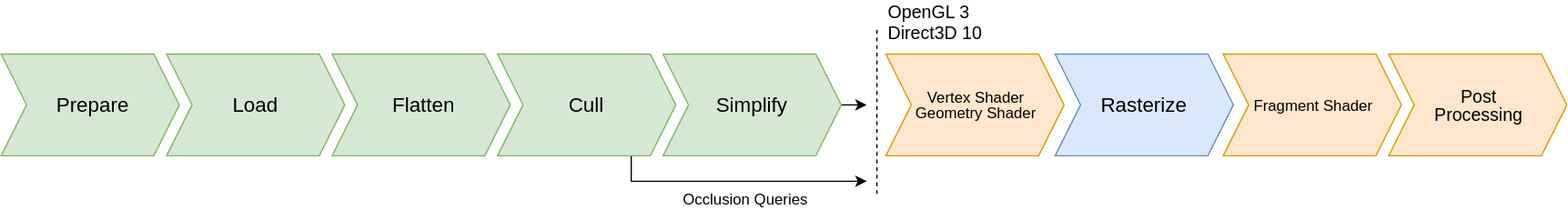
Earlier version of the draw.io export assets/images/graphics-pipeline-unified-shader.svg (TheCandidStartup/TheCandidStartup.github.io). Source tidied: cells renumbered, new cells last; positions are measured from the earlier drawing's top-left corner, leaving out a move shared by most shapes. The source it was exported from:
```xml
<mxGraphModel>
  <root>
    <mxCell id="0" />
    <mxCell id="1" parent="0" />
    <mxCell id="2" value="&lt;span style=&quot;font-size: 16px;&quot;&gt;&amp;nbsp;Prepare&lt;/span&gt;" style="shape=step;perimeter=stepPerimeter;whiteSpace=wrap;html=1;fixedSize=1;fillColor=#d5e8d4;strokeColor=#82b366;" parent="1" vertex="1">
      <mxGeometry y="40" width="140" height="80" as="geometry" />
    </mxCell>
    <mxCell id="3" value="&lt;font style=&quot;font-size: 16px;&quot;&gt;Load&lt;/font&gt;" style="shape=step;perimeter=stepPerimeter;whiteSpace=wrap;html=1;fixedSize=1;fillColor=#d5e8d4;strokeColor=#82b366;" parent="1" vertex="1">
      <mxGeometry x="130" y="40" width="140" height="80" as="geometry" />
    </mxCell>
    <mxCell id="4" value="&lt;span style=&quot;font-size: 16px;&quot;&gt;&amp;nbsp;Flatten&lt;/span&gt;" style="shape=step;perimeter=stepPerimeter;whiteSpace=wrap;html=1;fixedSize=1;fillColor=#d5e8d4;strokeColor=#82b366;" parent="1" vertex="1">
      <mxGeometry x="260" y="40" width="140" height="80" as="geometry" />
    </mxCell>
    <mxCell id="5" style="edgeStyle=orthogonalEdgeStyle;rounded=0;jettySize=auto;html=1;exitX=0.75;exitY=1;exitDx=0;exitDy=0;endArrow=classic;endFill=1;" parent="1" edge="1" source="6">
      <mxGeometry relative="1" as="geometry">
        <mxPoint x="680" y="140" as="targetPoint" />
        <Array as="points">
          <mxPoint x="495" y="140" />
        </Array>
      </mxGeometry>
    </mxCell>
    <mxCell id="6" value="&lt;span style=&quot;font-size: 16px;&quot;&gt;Cull&lt;/span&gt;" style="shape=step;perimeter=stepPerimeter;whiteSpace=wrap;html=1;fixedSize=1;fillColor=#d5e8d4;strokeColor=#82b366;" parent="1" vertex="1">
      <mxGeometry x="390" y="40" width="140" height="80" as="geometry" />
    </mxCell>
    <mxCell id="7" style="edgeStyle=orthogonalEdgeStyle;rounded=0;jettySize=auto;html=1;exitX=1;exitY=0.5;exitDx=0;exitDy=0;endArrow=classic;endFill=1;" parent="1" edge="1" source="8">
      <mxGeometry relative="1" as="geometry">
        <mxPoint x="680" y="80" as="targetPoint" />
      </mxGeometry>
    </mxCell>
    <mxCell id="8" value="&lt;span style=&quot;font-size: 16px;&quot;&gt;Simplify&lt;/span&gt;" style="shape=step;perimeter=stepPerimeter;whiteSpace=wrap;html=1;fixedSize=1;fillColor=#d5e8d4;strokeColor=#82b366;" parent="1" vertex="1">
      <mxGeometry x="520" y="40" width="140" height="80" as="geometry" />
    </mxCell>
    <mxCell id="9" value="&lt;span style=&quot;font-size: 16px;&quot;&gt;Rasterize&lt;/span&gt;" style="shape=step;perimeter=stepPerimeter;whiteSpace=wrap;html=1;fixedSize=1;fillColor=#dae8fc;strokeColor=#6c8ebf;" parent="1" vertex="1">
      <mxGeometry x="828" y="40" width="140" height="80" as="geometry" />
    </mxCell>
    <mxCell id="10" style="endArrow=none;html=1;rounded=0;fontSize=14;startArrow=none;startFill=0;endFill=0;dashed=1;" parent="1" edge="1">
      <mxGeometry relative="1" as="geometry">
        <mxPoint x="688" y="150" as="sourcePoint" />
        <mxPoint x="688" y="20" as="targetPoint" />
      </mxGeometry>
    </mxCell>
    <mxCell id="11" value="OpenGL 3&lt;br&gt;Direct3D 10" style="text;html=1;strokeColor=none;fillColor=none;align=left;verticalAlign=middle;whiteSpace=wrap;rounded=0;fontSize=14;" parent="1" vertex="1">
      <mxGeometry x="695" width="115" height="30" as="geometry" />
    </mxCell>
    <mxCell id="12" value="&lt;div style=&quot;line-height: 100%;&quot;&gt;&lt;div&gt;Vertex Shader&lt;/div&gt;&lt;div&gt;Geometry Shader&lt;/div&gt;&lt;/div&gt;" style="shape=step;perimeter=stepPerimeter;whiteSpace=wrap;html=1;fixedSize=1;fillColor=#ffe6cc;strokeColor=#d79b00;align=center;verticalAlign=middle;spacingLeft=2;spacing=0;spacingTop=0;" parent="1" vertex="1">
      <mxGeometry x="695" y="40" width="140" height="80" as="geometry" />
    </mxCell>
    <mxCell id="13" value="&lt;div style=&quot;line-height: 100%;&quot;&gt;&lt;div&gt;Fragment Shader&lt;/div&gt;&lt;/div&gt;" style="shape=step;perimeter=stepPerimeter;whiteSpace=wrap;html=1;fixedSize=1;fillColor=#ffe6cc;strokeColor=#d79b00;align=center;verticalAlign=middle;spacingLeft=2;spacing=0;spacingTop=0;" parent="1" vertex="1">
      <mxGeometry x="960" y="40" width="140" height="80" as="geometry" />
    </mxCell>
    <mxCell id="14" value="Occlusion Queries" style="text;html=1;strokeColor=none;fillColor=none;align=center;verticalAlign=middle;whiteSpace=wrap;rounded=0;" parent="1" vertex="1">
      <mxGeometry x="530" y="140" width="110" height="30" as="geometry" />
    </mxCell>
    <mxCell id="15" value="&lt;div style=&quot;line-height: 100%; font-size: 14px;&quot;&gt;&lt;div&gt;Post&lt;/div&gt;&lt;div&gt;Processing&lt;/div&gt;&lt;/div&gt;" style="shape=step;perimeter=stepPerimeter;whiteSpace=wrap;html=1;fixedSize=1;fillColor=#ffe6cc;strokeColor=#d79b00;align=center;verticalAlign=middle;spacingLeft=2;spacing=0;spacingTop=0;" parent="1" vertex="1">
      <mxGeometry x="1090" y="40" width="140" height="80" as="geometry" />
    </mxCell>
  </root>
</mxGraphModel>
```
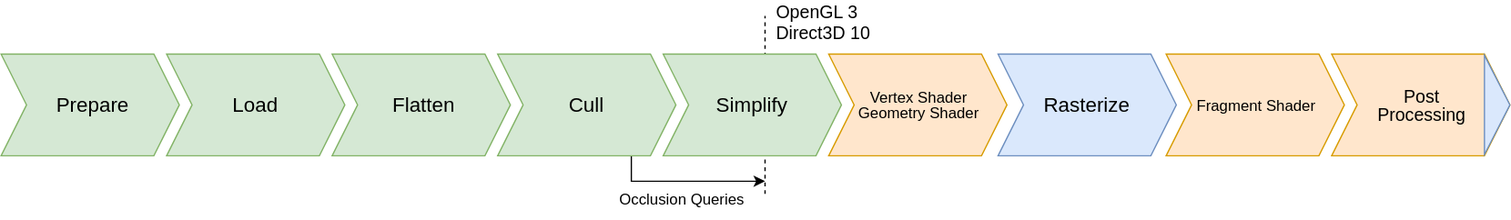
After the change.

Diff of the diagram source:
```diff
@@ -11,48 +11,46 @@
     <mxCell id="4" value="&lt;span style=&quot;font-size: 16px;&quot;&gt;&amp;nbsp;Flatten&lt;/span&gt;" style="shape=step;perimeter=stepPerimeter;whiteSpace=wrap;html=1;fixedSize=1;fillColor=#d5e8d4;strokeColor=#82b366;" parent="1" vertex="1">
       <mxGeometry x="260" y="40" width="140" height="80" as="geometry" />
     </mxCell>
-    <mxCell id="5" style="edgeStyle=orthogonalEdgeStyle;rounded=0;jettySize=auto;html=1;exitX=0.75;exitY=1;exitDx=0;exitDy=0;endArrow=classic;endFill=1;" parent="1" edge="1" source="6">
-      <mxGeometry relative="1" as="geometry">
-        <mxPoint x="680" y="140" as="targetPoint" />
-        <Array as="points">
-          <mxPoint x="495" y="140" />
-        </Array>
-      </mxGeometry>
-    </mxCell>
-    <mxCell id="6" value="&lt;span style=&quot;font-size: 16px;&quot;&gt;Cull&lt;/span&gt;" style="shape=step;perimeter=stepPerimeter;whiteSpace=wrap;html=1;fixedSize=1;fillColor=#d5e8d4;strokeColor=#82b366;" parent="1" vertex="1">
-      <mxGeometry x="390" y="40" width="140" height="80" as="geometry" />
-    </mxCell>
-    <mxCell id="7" style="edgeStyle=orthogonalEdgeStyle;rounded=0;jettySize=auto;html=1;exitX=1;exitY=0.5;exitDx=0;exitDy=0;endArrow=classic;endFill=1;" parent="1" edge="1" source="8">
-      <mxGeometry relative="1" as="geometry">
-        <mxPoint x="680" y="80" as="targetPoint" />
-      </mxGeometry>
-    </mxCell>
-    <mxCell id="8" value="&lt;span style=&quot;font-size: 16px;&quot;&gt;Simplify&lt;/span&gt;" style="shape=step;perimeter=stepPerimeter;whiteSpace=wrap;html=1;fixedSize=1;fillColor=#d5e8d4;strokeColor=#82b366;" parent="1" vertex="1">
-      <mxGeometry x="520" y="40" width="140" height="80" as="geometry" />
-    </mxCell>
     <mxCell id="9" value="&lt;span style=&quot;font-size: 16px;&quot;&gt;Rasterize&lt;/span&gt;" style="shape=step;perimeter=stepPerimeter;whiteSpace=wrap;html=1;fixedSize=1;fillColor=#dae8fc;strokeColor=#6c8ebf;" parent="1" vertex="1">
-      <mxGeometry x="828" y="40" width="140" height="80" as="geometry" />
+      <mxGeometry x="783" y="40" width="140" height="80" as="geometry" />
     </mxCell>
-    <mxCell id="10" style="endArrow=none;html=1;rounded=0;fontSize=14;startArrow=none;startFill=0;endFill=0;dashed=1;" parent="1" edge="1">
-      <mxGeometry relative="1" as="geometry">
-        <mxPoint x="688" y="150" as="sourcePoint" />
-        <mxPoint x="688" y="20" as="targetPoint" />
-      </mxGeometry>
-    </mxCell>
-    <mxCell id="11" value="OpenGL 3&lt;br&gt;Direct3D 10" style="text;html=1;strokeColor=none;fillColor=none;align=left;verticalAlign=middle;whiteSpace=wrap;rounded=0;fontSize=14;" parent="1" vertex="1">
-      <mxGeometry x="695" width="115" height="30" as="geometry" />
-    </mxCell>
     <mxCell id="12" value="&lt;div style=&quot;line-height: 100%;&quot;&gt;&lt;div&gt;Vertex Shader&lt;/div&gt;&lt;div&gt;Geometry Shader&lt;/div&gt;&lt;/div&gt;" style="shape=step;perimeter=stepPerimeter;whiteSpace=wrap;html=1;fixedSize=1;fillColor=#ffe6cc;strokeColor=#d79b00;align=center;verticalAlign=middle;spacingLeft=2;spacing=0;spacingTop=0;" parent="1" vertex="1">
-      <mxGeometry x="695" y="40" width="140" height="80" as="geometry" />
+      <mxGeometry x="650" y="40" width="140" height="80" as="geometry" />
     </mxCell>
     <mxCell id="13" value="&lt;div style=&quot;line-height: 100%;&quot;&gt;&lt;div&gt;Fragment Shader&lt;/div&gt;&lt;/div&gt;" style="shape=step;perimeter=stepPerimeter;whiteSpace=wrap;html=1;fixedSize=1;fillColor=#ffe6cc;strokeColor=#d79b00;align=center;verticalAlign=middle;spacingLeft=2;spacing=0;spacingTop=0;" parent="1" vertex="1">
-      <mxGeometry x="960" y="40" width="140" height="80" as="geometry" />
+      <mxGeometry x="915" y="40" width="140" height="80" as="geometry" />
     </mxCell>
+    <mxCell id="15" value="&lt;div style=&quot;line-height: 100%; font-size: 14px;&quot;&gt;&lt;div&gt;Post&lt;/div&gt;&lt;div&gt;Processing&lt;/div&gt;&lt;/div&gt;" style="shape=step;perimeter=stepPerimeter;whiteSpace=wrap;html=1;fixedSize=1;fillColor=#ffe6cc;strokeColor=#d79b00;align=center;verticalAlign=middle;spacingLeft=2;spacing=0;spacingTop=0;" parent="1" vertex="1">
+      <mxGeometry x="1045" y="40" width="140" height="80" as="geometry" />
+    </mxCell>
+    <mxCell id="16" style="edgeStyle=orthogonalEdgeStyle;rounded=0;jettySize=auto;html=1;exitX=0.75;exitY=1;exitDx=0;exitDy=0;endArrow=classic;endFill=1;" parent="1" edge="1" source="6">
+      <mxGeometry relative="1" as="geometry">
+        <mxPoint x="600" y="140" as="targetPoint" />
+        <Array as="points">
+          <mxPoint x="495" y="140" />
+        </Array>
+      </mxGeometry>
+    </mxCell>
+    <mxCell id="6" value="&lt;span style=&quot;font-size: 16px;&quot;&gt;Cull&lt;/span&gt;" style="shape=step;perimeter=stepPerimeter;whiteSpace=wrap;html=1;fixedSize=1;fillColor=#d5e8d4;strokeColor=#82b366;" parent="1" vertex="1">
+      <mxGeometry x="390" y="40" width="140" height="80" as="geometry" />
+    </mxCell>
+    <mxCell id="17" style="endArrow=none;html=1;rounded=0;fontSize=14;startArrow=none;startFill=0;endFill=0;dashed=1;" parent="1" edge="1">
+      <mxGeometry relative="1" as="geometry">
+        <mxPoint x="600" y="150" as="sourcePoint" />
+        <mxPoint x="600" y="10" as="targetPoint" />
+      </mxGeometry>
+    </mxCell>
+    <mxCell id="11" value="OpenGL 3&lt;br&gt;Direct3D 10" style="text;html=1;strokeColor=none;fillColor=none;align=left;verticalAlign=middle;whiteSpace=wrap;rounded=0;fontSize=14;" parent="1" vertex="1">
+      <mxGeometry x="607" width="115" height="30" as="geometry" />
+    </mxCell>
     <mxCell id="14" value="Occlusion Queries" style="text;html=1;strokeColor=none;fillColor=none;align=center;verticalAlign=middle;whiteSpace=wrap;rounded=0;" parent="1" vertex="1">
-      <mxGeometry x="530" y="140" width="110" height="30" as="geometry" />
+      <mxGeometry x="480" y="140" width="110" height="30" as="geometry" />
     </mxCell>
-    <mxCell id="15" value="&lt;div style=&quot;line-height: 100%; font-size: 14px;&quot;&gt;&lt;div&gt;Post&lt;/div&gt;&lt;div&gt;Processing&lt;/div&gt;&lt;/div&gt;" style="shape=step;perimeter=stepPerimeter;whiteSpace=wrap;html=1;fixedSize=1;fillColor=#ffe6cc;strokeColor=#d79b00;align=center;verticalAlign=middle;spacingLeft=2;spacing=0;spacingTop=0;" parent="1" vertex="1">
-      <mxGeometry x="1090" y="40" width="140" height="80" as="geometry" />
-    </mxCell>
+    <mxCell id="8" value="&lt;span style=&quot;font-size: 16px;&quot;&gt;Simplify&lt;/span&gt;" style="shape=step;perimeter=stepPerimeter;whiteSpace=wrap;html=1;fixedSize=1;fillColor=#d5e8d4;strokeColor=#82b366;" parent="1" vertex="1">
+      <mxGeometry x="520" y="40" width="140" height="80" as="geometry" />
+    </mxCell>
+    <mxCell id="18" style="triangle;whiteSpace=wrap;html=1;fontSize=12;fillColor=#dae8fc;strokeColor=#6c8ebf;" parent="1" vertex="1">
+      <mxGeometry x="1165" y="41" width="20" height="78" as="geometry" />
+    </mxCell>
   </root>
 </mxGraphModel>
```
